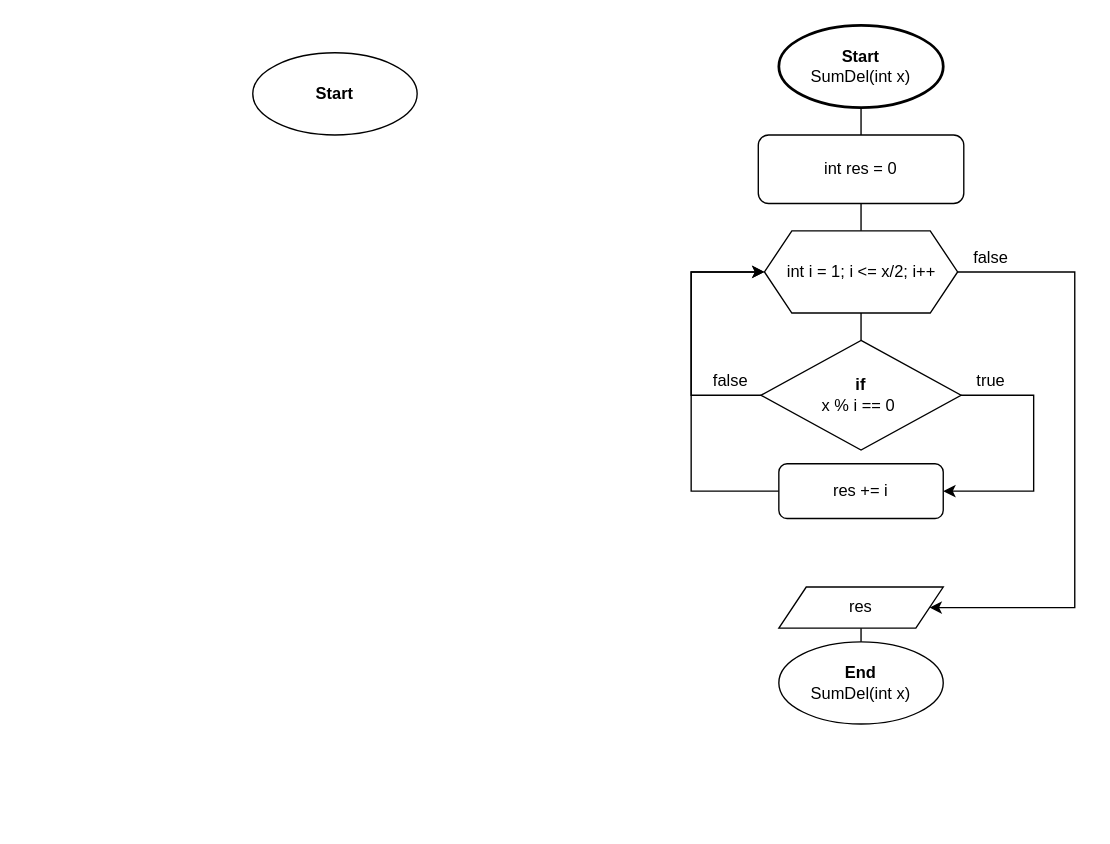
Before: page "Lab01.2" (2 of 2) of Lab01/Lab01.1.drawio in w0nna/ads-bugreyev-kp13, a draw.io diagram. Source tidied: cells renumbered, new cells numbered last; positions are measured from the earlier drawing's top-left corner, leaving out a move shared by most shapes. Both pictures are drawn from the tidied source at 137%, with x=0, y=0 at pixel (252, 25).
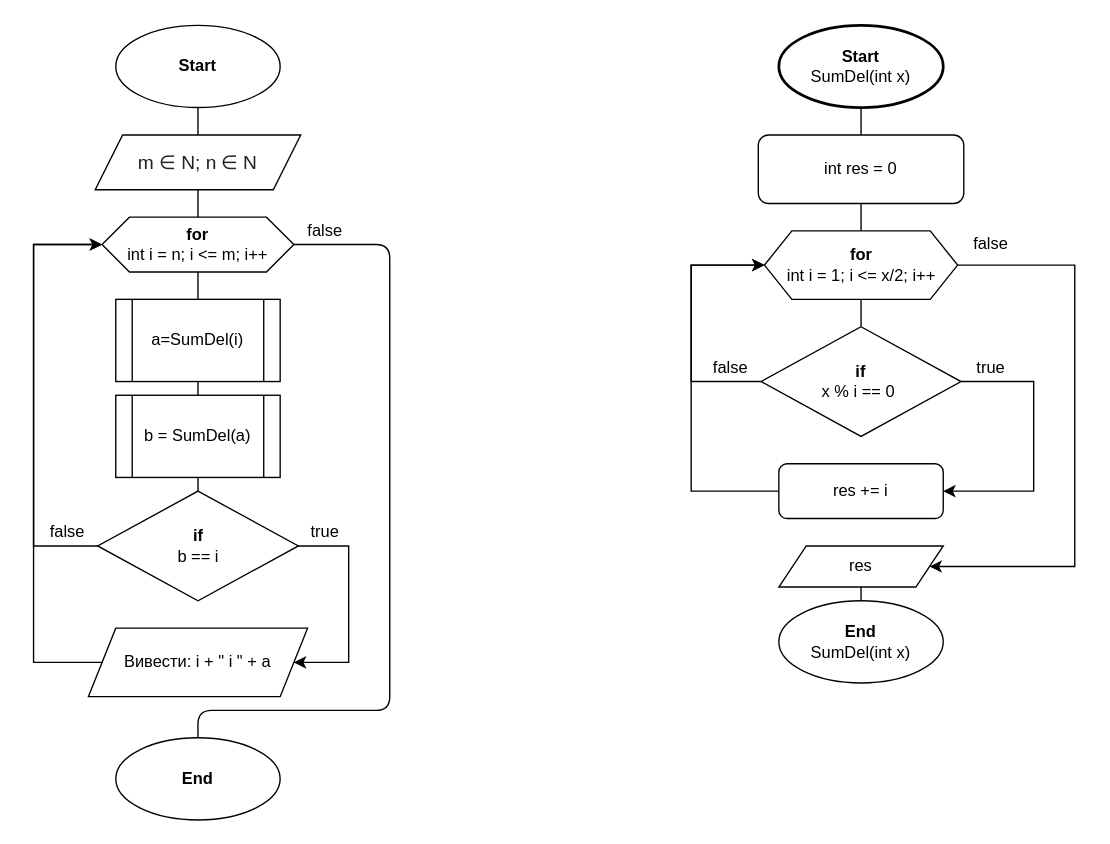
The same diagram, later.

Commit message:
Завершення основного завдання, робиться перепровірка

Unchanged cells that the change refers to:
```xml
<mxCell id="12" value="res += i" style="rounded=1;whiteSpace=wrap;html=1;" parent="1" vertex="1">
  <mxGeometry x="384" y="320" width="120" height="40" as="geometry" />
</mxCell>
```

Diff of the diagram source:
```diff
@@
-    <mxCell id="5" style="edgeStyle=orthogonalEdgeStyle;rounded=0;jettySize=auto;html=1;entryX=1;entryY=0.5;entryDx=0;entryDy=0;" parent="1" edge="1" source="6" target="16">
+    <mxCell id="5" style="edgeStyle=orthogonalEdgeStyle;rounded=0;jettySize=auto;html=1;entryX=1;entryY=0.5;entryDx=0;entryDy=0;exitX=1;exitY=0.5;exitDx=0;exitDy=0;" parent="1" edge="1" source="6" target="16">
       <mxGeometry relative="1" as="geometry">
         <Array as="points">
-          <mxPoint x="600" y="180" />
-          <mxPoint x="600" y="425" />
+          <mxPoint x="600" y="175" />
+          <mxPoint x="600" y="395" />
         </Array>
       </mxGeometry>
     </mxCell>
-    <mxCell id="6" value="int i = 1; i &amp;lt;= x/2; i++" style="shape=hexagon;perimeter=hexagonPerimeter2;whiteSpace=wrap;html=1;fixedSize=1;" parent="1" vertex="1">
-      <mxGeometry x="373.5" y="150" width="141" height="60" as="geometry" />
+    <mxCell id="6" value="&lt;b&gt;for&lt;/b&gt;&lt;br&gt;int i = 1; i &amp;lt;= x/2; i++" style="shape=hexagon;perimeter=hexagonPerimeter2;whiteSpace=wrap;html=1;fixedSize=1;" parent="1" vertex="1">
+      <mxGeometry x="373.5" y="150" width="141" height="50" as="geometry" />
     </mxCell>
@@
-    <mxCell id="8" style="edgeStyle=orthogonalEdgeStyle;rounded=0;jettySize=auto;html=1;entryX=1;entryY=0.5;entryDx=0;entryDy=0;" parent="1" edge="1" source="10" target="12">
+    <mxCell id="8" style="edgeStyle=orthogonalEdgeStyle;rounded=0;jettySize=auto;html=1;entryX=1;entryY=0.5;entryDx=0;entryDy=0;exitX=1;exitY=0.5;exitDx=0;exitDy=0;" parent="1" edge="1" source="10" target="12">
       <mxGeometry relative="1" as="geometry">
         <Array as="points">
-          <mxPoint x="570" y="270" />
+          <mxPoint x="570" y="260" />
           <mxPoint x="570" y="340" />
         </Array>
       </mxGeometry>
     </mxCell>
-    <mxCell id="9" style="edgeStyle=orthogonalEdgeStyle;rounded=0;jettySize=auto;html=1;entryX=0;entryY=0.5;entryDx=0;entryDy=0;" parent="1" edge="1" source="10" target="6">
+    <mxCell id="9" style="edgeStyle=orthogonalEdgeStyle;rounded=0;jettySize=auto;html=1;entryX=0;entryY=0.5;entryDx=0;entryDy=0;exitX=0;exitY=0.5;exitDx=0;exitDy=0;" parent="1" edge="1" source="10" target="6">
       <mxGeometry relative="1" as="geometry">
         <Array as="points">
-          <mxPoint x="320" y="270" />
-          <mxPoint x="320" y="180" />
+          <mxPoint x="320" y="260" />
+          <mxPoint x="320" y="175" />
         </Array>
       </mxGeometry>
     </mxCell>
     <mxCell id="10" value="&lt;b&gt;if&lt;/b&gt;&lt;br&gt;x % i == 0&amp;nbsp;" style="rhombus;whiteSpace=wrap;html=1;" parent="1" vertex="1">
-      <mxGeometry x="371" y="230" width="146" height="80" as="geometry" />
+      <mxGeometry x="371" y="220" width="146" height="80" as="geometry" />
     </mxCell>
     <mxCell id="11" style="edgeStyle=orthogonalEdgeStyle;rounded=0;jettySize=auto;html=1;entryX=0;entryY=0.5;entryDx=0;entryDy=0;" parent="1" edge="1" source="12" target="6">
       <mxGeometry relative="1" as="geometry">
         <Array as="points">
           <mxPoint x="320" y="340" />
-          <mxPoint x="320" y="180" />
+          <mxPoint x="320" y="175" />
         </Array>
       </mxGeometry>
     </mxCell>
@@
     <mxCell id="13" value="true" style="text;html=1;strokeColor=none;fillColor=none;align=center;verticalAlign=middle;whiteSpace=wrap;rounded=0;" parent="1" vertex="1">
-      <mxGeometry x="519" y="250" width="40" height="20" as="geometry" />
+      <mxGeometry x="519" y="240" width="40" height="20" as="geometry" />
     </mxCell>
@@
     <mxCell id="15" value="false" style="text;html=1;strokeColor=none;fillColor=none;align=center;verticalAlign=middle;whiteSpace=wrap;rounded=0;" parent="1" vertex="1">
-      <mxGeometry x="329" y="250" width="40" height="20" as="geometry" />
+      <mxGeometry x="329" y="240" width="40" height="20" as="geometry" />
     </mxCell>
     <mxCell id="16" value="res" style="shape=parallelogram;perimeter=parallelogramPerimeter;whiteSpace=wrap;html=1;fixedSize=1;" parent="1" vertex="1">
-      <mxGeometry x="384" y="410" width="120" height="30" as="geometry" />
+      <mxGeometry x="384" y="380" width="120" height="30" as="geometry" />
     </mxCell>
     <mxCell id="17" value="false" style="text;html=1;strokeColor=none;fillColor=none;align=center;verticalAlign=middle;whiteSpace=wrap;rounded=0;" parent="1" vertex="1">
-      <mxGeometry x="519" y="160" width="40" height="20" as="geometry" />
+      <mxGeometry x="519" y="150" width="40" height="20" as="geometry" />
     </mxCell>
     <mxCell id="18" value="&lt;b&gt;End&lt;br&gt;&lt;/b&gt;SumDel(int x)&lt;b&gt;&lt;br&gt;&lt;/b&gt;" style="ellipse;whiteSpace=wrap;html=1;" parent="1" vertex="1">
-      <mxGeometry x="384" y="450" width="120" height="60" as="geometry" />
+      <mxGeometry x="384" y="420" width="120" height="60" as="geometry" />
     </mxCell>
@@
     <mxCell id="20" value="&lt;b&gt;Start&lt;/b&gt;" style="ellipse;whiteSpace=wrap;html=1;" parent="1" vertex="1">
-      <mxGeometry y="20" width="120" height="60" as="geometry" />
+      <mxGeometry x="-100" width="120" height="60" as="geometry" />
     </mxCell>
+    <mxCell id="21" value="&lt;span style=&quot;color: rgb(32 , 33 , 34) ; font-family: sans-serif ; font-size: 14px ; background-color: rgb(255 , 255 , 255)&quot;&gt;m&amp;nbsp;&lt;/span&gt;&lt;span style=&quot;color: rgb(32 , 33 , 34) ; font-family: sans-serif ; font-size: 14px ; background-color: rgb(255 , 255 , 255)&quot;&gt;∈ N; n&lt;/span&gt;&lt;span&gt;&amp;nbsp;&lt;/span&gt;&lt;span style=&quot;color: rgb(32 , 33 , 34) ; font-family: sans-serif ; font-size: 14px ; background-color: rgb(255 , 255 , 255)&quot;&gt;∈ N&lt;/span&gt;" style="shape=parallelogram;perimeter=parallelogramPerimeter;whiteSpace=wrap;html=1;fixedSize=1;" parent="1" vertex="1">
+      <mxGeometry x="-115" y="80" width="150" height="40" as="geometry" />
+    </mxCell>
+    <mxCell id="22" style="endArrow=none;html=1;entryX=0.5;entryY=1;entryDx=0;entryDy=0;exitX=0.5;exitY=0;exitDx=0;exitDy=0;" parent="1" edge="1" source="21" target="20">
+      <mxGeometry relative="1" as="geometry" />
+    </mxCell>
+    <mxCell id="23" value="&lt;b&gt;for&lt;/b&gt;&lt;br&gt;int i = n; i &amp;lt;= m; i++" style="shape=hexagon;perimeter=hexagonPerimeter2;whiteSpace=wrap;html=1;fixedSize=1;" parent="1" vertex="1">
+      <mxGeometry x="-110" y="140" width="140" height="40" as="geometry" />
+    </mxCell>
+    <mxCell id="24" style="endArrow=none;html=1;entryX=0.5;entryY=1;entryDx=0;entryDy=0;exitX=0.5;exitY=0;exitDx=0;exitDy=0;" parent="1" edge="1" source="23" target="21">
+      <mxGeometry relative="1" as="geometry" />
+    </mxCell>
+    <mxCell id="25" value="&lt;span&gt;a=SumDel(i)&lt;/span&gt;" style="shape=process;whiteSpace=wrap;html=1;backgroundOutline=1;" parent="1" vertex="1">
+      <mxGeometry x="-100" y="200" width="120" height="60" as="geometry" />
+    </mxCell>
+    <mxCell id="26" style="endArrow=none;html=1;entryX=0.5;entryY=1;entryDx=0;entryDy=0;exitX=0.5;exitY=0;exitDx=0;exitDy=0;" parent="1" edge="1" source="25" target="23">
+      <mxGeometry relative="1" as="geometry" />
+    </mxCell>
+    <mxCell id="27" style="edgeStyle=orthogonalEdgeStyle;rounded=0;jettySize=auto;html=1;entryX=1;entryY=0.5;entryDx=0;entryDy=0;" parent="1" edge="1" source="29" target="33">
+      <mxGeometry relative="1" as="geometry">
+        <Array as="points">
+          <mxPoint x="70" y="380" />
+          <mxPoint x="70" y="465" />
+        </Array>
+      </mxGeometry>
+    </mxCell>
+    <mxCell id="28" style="edgeStyle=orthogonalEdgeStyle;rounded=0;jettySize=auto;html=1;entryX=0;entryY=0.5;entryDx=0;entryDy=0;" parent="1" edge="1" source="29" target="23">
+      <mxGeometry relative="1" as="geometry">
+        <Array as="points">
+          <mxPoint x="-160" y="380" />
+          <mxPoint x="-160" y="160" />
+        </Array>
+      </mxGeometry>
+    </mxCell>
+    <mxCell id="29" value="&lt;b&gt;if&lt;/b&gt;&lt;br&gt;b == i" style="rhombus;whiteSpace=wrap;html=1;" parent="1" vertex="1">
+      <mxGeometry x="-113.2" y="340" width="146.5" height="80" as="geometry" />
+    </mxCell>
+    <mxCell id="30" style="endArrow=none;html=1;entryX=0.5;entryY=1;entryDx=0;entryDy=0;exitX=0.5;exitY=0;exitDx=0;exitDy=0;" parent="1" edge="1" source="34" target="25">
+      <mxGeometry relative="1" as="geometry" />
+    </mxCell>
+    <mxCell id="31" style="endArrow=none;html=1;entryX=0.5;entryY=1;entryDx=0;entryDy=0;exitX=0.5;exitY=0;exitDx=0;exitDy=0;" parent="1" edge="1" source="29" target="34">
+      <mxGeometry relative="1" as="geometry" />
+    </mxCell>
+    <mxCell id="32" style="edgeStyle=orthogonalEdgeStyle;rounded=0;jettySize=auto;html=1;entryX=0;entryY=0.5;entryDx=0;entryDy=0;" parent="1" edge="1" source="33" target="23">
+      <mxGeometry relative="1" as="geometry">
+        <Array as="points">
+          <mxPoint x="-160" y="465" />
+          <mxPoint x="-160" y="160" />
+        </Array>
+      </mxGeometry>
+    </mxCell>
+    <mxCell id="33" value="Вивести: i + &quot; і &quot; + a" style="shape=parallelogram;perimeter=parallelogramPerimeter;whiteSpace=wrap;html=1;fixedSize=1;" parent="1" vertex="1">
+      <mxGeometry x="-120" y="440" width="160" height="50" as="geometry" />
+    </mxCell>
+    <mxCell id="34" value="b = SumDel(a)" style="shape=process;whiteSpace=wrap;html=1;backgroundOutline=1;" parent="1" vertex="1">
+      <mxGeometry x="-100" y="270" width="120" height="60" as="geometry" />
+    </mxCell>
+    <mxCell id="35" value="true" style="text;html=1;strokeColor=none;fillColor=none;align=center;verticalAlign=middle;whiteSpace=wrap;rounded=0;" parent="1" vertex="1">
+      <mxGeometry x="33.2" y="360" width="40" height="20" as="geometry" />
+    </mxCell>
+    <mxCell id="36" value="false" style="text;html=1;strokeColor=none;fillColor=none;align=center;verticalAlign=middle;whiteSpace=wrap;rounded=0;" parent="1" vertex="1">
+      <mxGeometry x="-155" y="360" width="40" height="20" as="geometry" />
+    </mxCell>
+    <mxCell id="37" value="&lt;b&gt;End&lt;/b&gt;" style="ellipse;whiteSpace=wrap;html=1;" parent="1" vertex="1">
+      <mxGeometry x="-100" y="520" width="120" height="60" as="geometry" />
+    </mxCell>
+    <mxCell id="38" value="false" style="text;html=1;strokeColor=none;fillColor=none;align=center;verticalAlign=middle;whiteSpace=wrap;rounded=0;" parent="1" vertex="1">
+      <mxGeometry x="33.2" y="140" width="40" height="20" as="geometry" />
+    </mxCell>
+    <mxCell id="39" style="endArrow=none;html=1;entryX=1;entryY=0.5;entryDx=0;entryDy=0;exitX=0.5;exitY=0;exitDx=0;exitDy=0;" parent="1" edge="1" source="37" target="23">
+      <mxGeometry relative="1" as="geometry">
+        <Array as="points">
+          <mxPoint x="-40" y="500" />
+          <mxPoint x="100" y="500" />
+          <mxPoint x="100" y="160" />
+        </Array>
+      </mxGeometry>
+    </mxCell>
```
